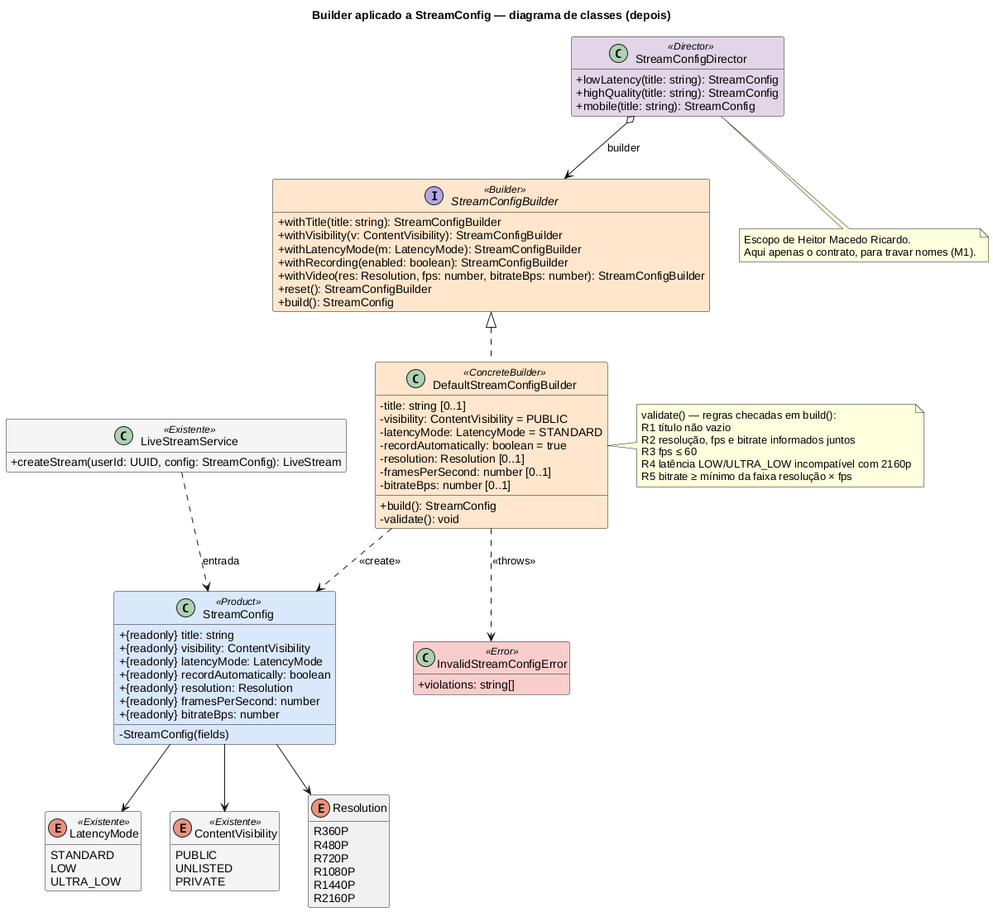
Before: docs/Base/Relatórios/1.1.1.SubEquipe_01/assets/builder/builder-classes-depois-v1.png, a diagram exported from PlantUML (UnBArqDsw2026-2-Turma01/2026.2-T01-_G6_ProjetoStreamingVideo_Entrega_03).
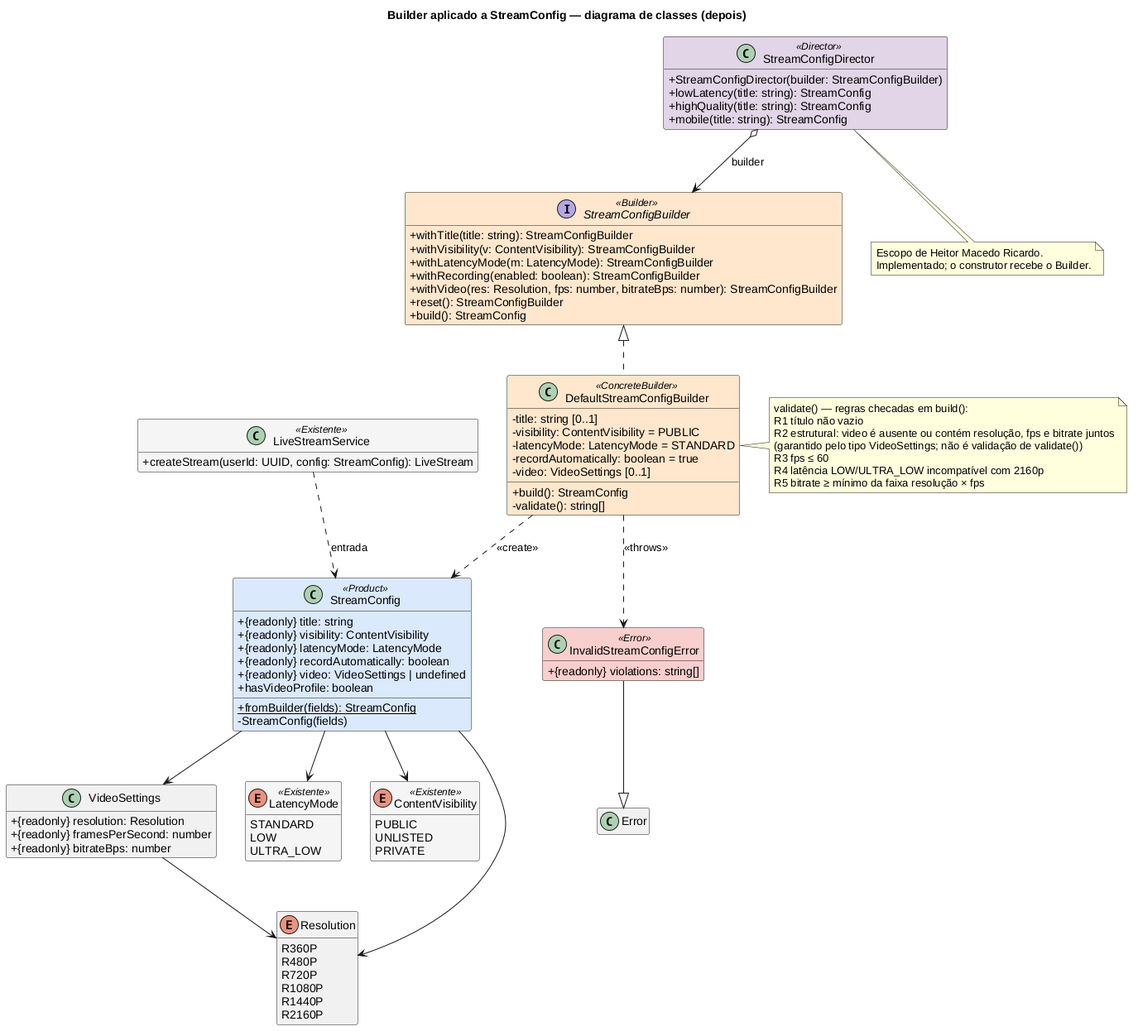
Above is the later version.

Commit message:
docs(subequipe-01): alinhar modelagem do builder ao código

Diff of the diagram source:
```diff
@@ -23,10 +23,16 @@
   + {readonly} visibility: ContentVisibility
   + {readonly} latencyMode: LatencyMode
   + {readonly} recordAutomatically: boolean
+  + {readonly} video: VideoSettings | undefined
+  + {static} fromBuilder(fields): StreamConfig
+  + hasVideoProfile: boolean
+  - StreamConfig(fields)
+}
+
+class VideoSettings {
   + {readonly} resolution: Resolution
   + {readonly} framesPerSecond: number
   + {readonly} bitrateBps: number
-  - StreamConfig(fields)
 }
 
 interface StreamConfigBuilder <<Builder>> {
@@ -44,21 +50,20 @@
   - visibility: ContentVisibility = PUBLIC
   - latencyMode: LatencyMode = STANDARD
   - recordAutomatically: boolean = true
-  - resolution: Resolution [0..1]
-  - framesPerSecond: number [0..1]
-  - bitrateBps: number [0..1]
+  - video: VideoSettings [0..1]
   + build(): StreamConfig
-  - validate(): void
+  - validate(): string[]
 }
 
 class StreamConfigDirector <<Director>> {
+  + StreamConfigDirector(builder: StreamConfigBuilder)
   + lowLatency(title: string): StreamConfig
   + highQuality(title: string): StreamConfig
   + mobile(title: string): StreamConfig
 }
 
 class InvalidStreamConfigError <<Error>> {
-  + violations: string[]
+  + {readonly} violations: string[]
 }
 
 enum LatencyMode <<Existente>> {
@@ -83,6 +88,7 @@
 StreamConfigBuilder <|.. DefaultStreamConfigBuilder
 DefaultStreamConfigBuilder ..> StreamConfig : <<create>>
 DefaultStreamConfigBuilder ..> InvalidStreamConfigError : <<throws>>
+InvalidStreamConfigError --|> Error
 StreamConfigDirector o--> StreamConfigBuilder : builder
 LiveStreamService ..> StreamConfig : entrada
 StreamConfig --> LatencyMode
@@ -92,7 +98,8 @@
 note right of DefaultStreamConfigBuilder
   validate() — regras checadas em build():
   R1 título não vazio
-  R2 resolução, fps e bitrate informados juntos
+  R2 estrutural: video é ausente ou contém resolução, fps e bitrate juntos
+  (garantido pelo tipo VideoSettings; não é validação de validate())
   R3 fps ≤ 60
   R4 latência LOW/ULTRA_LOW incompatível com 2160p
   R5 bitrate ≥ mínimo da faixa resolução × fps
@@ -100,6 +107,9 @@
 
 note bottom of StreamConfigDirector
   Escopo de Heitor Macedo Ricardo.
-  Aqui apenas o contrato, para travar nomes (M1).
+  Implementado; o construtor recebe o Builder.
 end note
+
+VideoSettings --> Resolution
+StreamConfig --> VideoSettings
 @enduml
```
